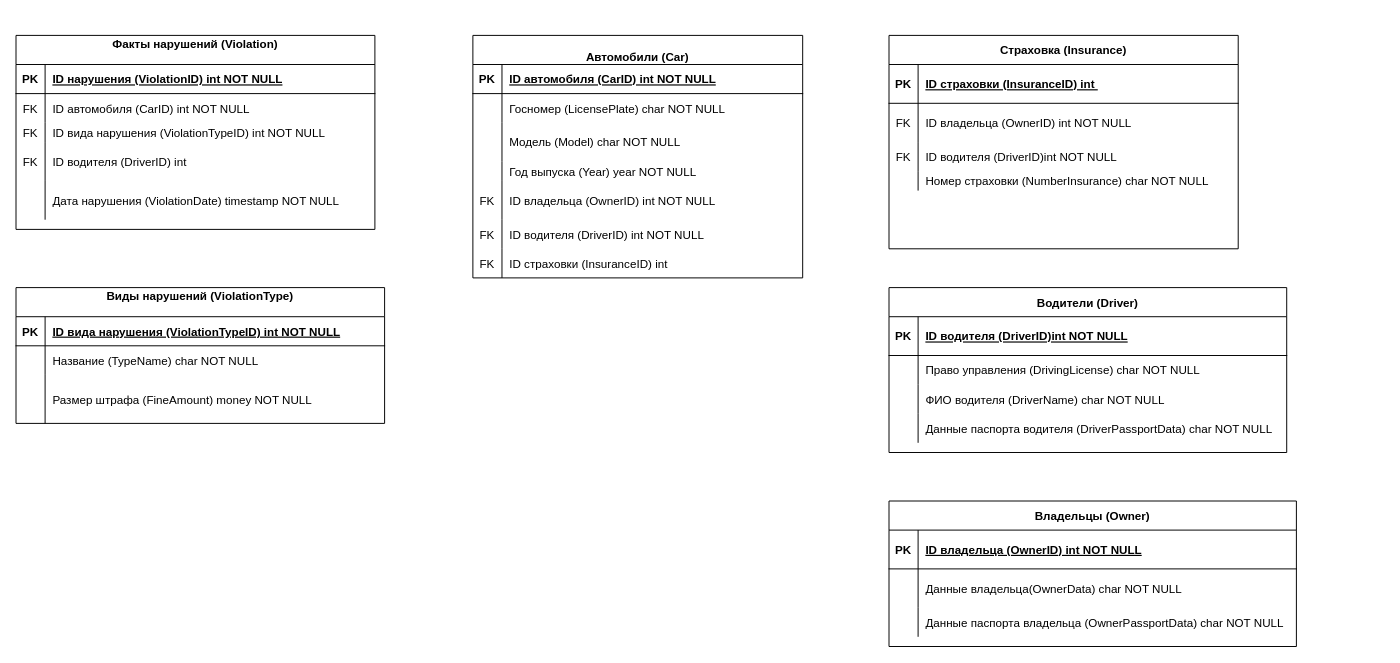
This is Диаграмма без названия.drawio from Bondareno/glass-containers, a draw.io file, before an edit. Source tidied: cells renumbered, new cells numbered last; positions are measured from the earlier drawing's top-left corner, leaving out a move shared by most shapes. Both pictures are drawn from the tidied source at 97%, with x=0, y=0 at pixel (16, 35).
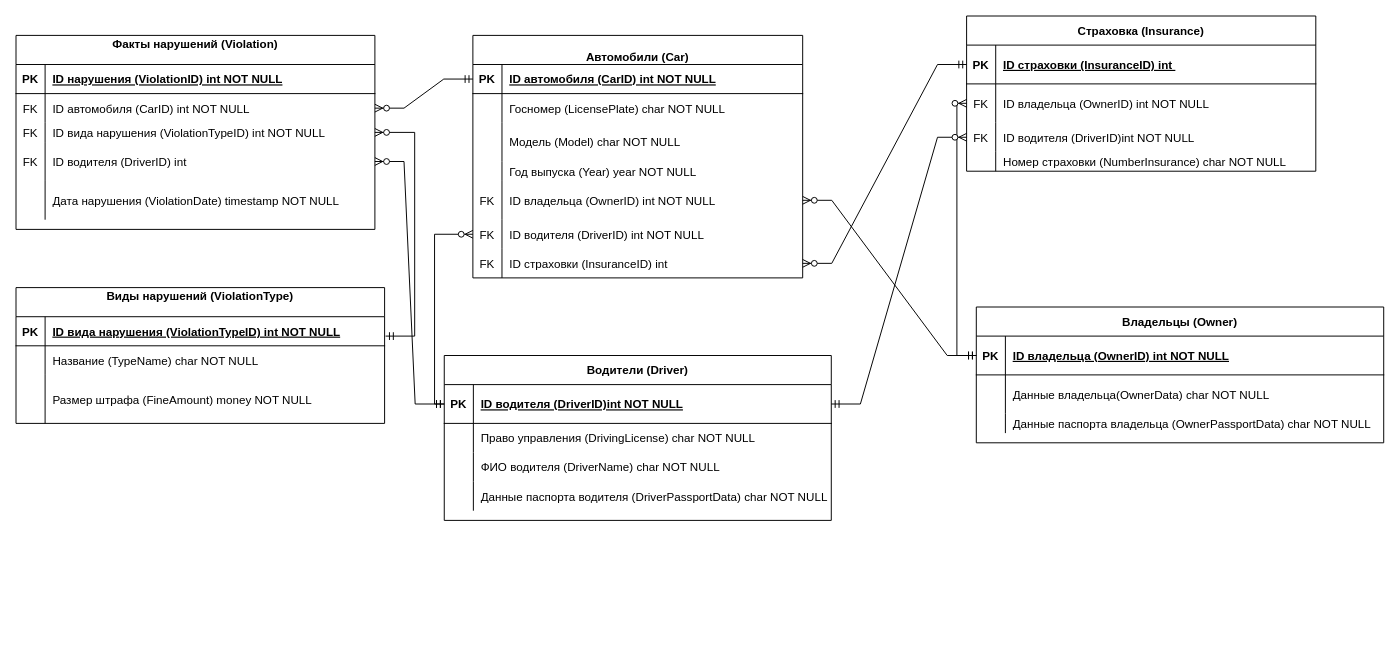
Above is the later version.

Unchanged cells that the change refers to:
```xml
<mxCell id="13" style="shape=partialRectangle;fillColor=none;points=[[0,0.5],[1,0.5]];portConstraint=eastwest;top=0;left=0;right=0;bottom=1;" parent="12" vertex="1">
  <mxGeometry y="30" width="340" height="30" as="geometry" />
</mxCell>
<mxCell id="25" style="shape=partialRectangle;fillColor=none;points=[[0,0.5],[1,0.5]];portConstraint=eastwest;top=0;left=0;right=0;bottom=0;" parent="12" vertex="1">
  <mxGeometry y="150" width="340" height="40" as="geometry" />
</mxCell>
<mxCell id="28" style="shape=partialRectangle;fillColor=none;points=[[0,0.5],[1,0.5]];portConstraint=eastwest;top=0;left=0;right=0;bottom=0;" parent="12" vertex="1">
  <mxGeometry y="190" width="340" height="30" as="geometry" />
</mxCell>
<mxCell id="31" style="shape=partialRectangle;fillColor=none;points=[[0,0.5],[1,0.5]];portConstraint=eastwest;top=0;left=0;right=0;bottom=0;" parent="12" vertex="1">
  <mxGeometry y="220" width="340" height="30" as="geometry" />
</mxCell>
<mxCell id="48" style="shape=partialRectangle;fillColor=none;points=[[0,0.5],[1,0.5]];portConstraint=eastwest;top=0;left=0;right=0;bottom=1;" parent="47" vertex="1">
  <mxGeometry y="30" width="420" height="40" as="geometry" />
</mxCell>
<mxCell id="58" style="shape=partialRectangle;fillColor=none;points=[[0,0.5],[1,0.5]];portConstraint=eastwest;top=0;left=0;right=0;bottom=1;" parent="57" vertex="1">
  <mxGeometry y="30" width="360" height="40" as="geometry" />
</mxCell>
<mxCell id="61" style="shape=partialRectangle;fillColor=none;points=[[0,0.5],[1,0.5]];portConstraint=eastwest;top=0;left=0;right=0;bottom=0;" parent="57" vertex="1">
  <mxGeometry y="70" width="360" height="40" as="geometry" />
</mxCell>
<mxCell id="64" style="shape=partialRectangle;fillColor=none;points=[[0,0.5],[1,0.5]];portConstraint=eastwest;top=0;left=0;right=0;bottom=0;" parent="57" vertex="1">
  <mxGeometry y="110" width="360" height="30" as="geometry" />
</mxCell>
<mxCell id="74" style="shape=partialRectangle;fillColor=none;points=[[0,0.5],[1,0.5]];portConstraint=eastwest;top=0;left=0;right=0;bottom=0;" parent="70" vertex="1">
  <mxGeometry y="60" width="370" height="30" as="geometry" />
</mxCell>
<mxCell id="77" style="shape=partialRectangle;fillColor=none;points=[[0,0.5],[1,0.5]];portConstraint=eastwest;top=0;left=0;right=0;bottom=0;" parent="70" vertex="1">
  <mxGeometry y="90" width="370" height="20" as="geometry" />
</mxCell>
<mxCell id="80" style="shape=partialRectangle;fillColor=none;points=[[0,0.5],[1,0.5]];portConstraint=eastwest;top=0;left=0;right=0;bottom=0;" parent="70" vertex="1">
  <mxGeometry y="110" width="370" height="40" as="geometry" />
</mxCell>
```

Diff of the diagram source:
```diff
@@
     <mxCell id="34" value="Водители (Driver)" style="shape=table;startSize=30;childLayout=tableLayout;rowLines=0;fontStyle=1;align=center;" parent="1" vertex="1">
-      <mxGeometry x="900" y="260" width="410" height="170" as="geometry" />
+      <mxGeometry x="441.5" y="330" width="399" height="170" as="geometry" />
     </mxCell>
     <mxCell id="35" style="shape=partialRectangle;fillColor=none;points=[[0,0.5],[1,0.5]];portConstraint=eastwest;top=0;left=0;right=0;bottom=1;" parent="34" vertex="1">
-      <mxGeometry y="30" width="410" height="40" as="geometry" />
+      <mxGeometry y="30" width="399" height="40" as="geometry" />
     </mxCell>
@@
     <mxCell id="37" value="ID водителя (DriverID)int NOT NULL" style="shape=partialRectangle;overflow=hidden;fillColor=none;top=0;left=0;bottom=0;right=0;align=left;spacingLeft=6;fontStyle=5;" parent="35" vertex="1">
-      <mxGeometry x="30" width="380" height="40" as="geometry" />
+      <mxGeometry x="30" width="369" height="40" as="geometry" />
     </mxCell>
     <mxCell id="38" style="shape=partialRectangle;fillColor=none;top=0;left=0;right=0;bottom=0;" parent="34" vertex="1">
-      <mxGeometry y="70" width="410" height="30" as="geometry" />
+      <mxGeometry y="70" width="399" height="30" as="geometry" />
     </mxCell>
@@
     <mxCell id="40" value="Право управления (DrivingLicense) char NOT NULL" style="shape=partialRectangle;overflow=hidden;fillColor=none;top=0;left=0;bottom=0;right=0;align=left;spacingLeft=6;" parent="38" vertex="1">
-      <mxGeometry x="30" width="380" height="30" as="geometry" />
+      <mxGeometry x="30" width="369" height="30" as="geometry" />
     </mxCell>
     <mxCell id="41" style="shape=partialRectangle;fillColor=none;top=0;left=0;right=0;bottom=0;" parent="34" vertex="1">
-      <mxGeometry y="100" width="410" height="30" as="geometry" />
+      <mxGeometry y="100" width="399" height="30" as="geometry" />
     </mxCell>
@@
     <mxCell id="43" value="ФИО водителя (DriverName) char NOT NULL" style="shape=partialRectangle;overflow=hidden;fillColor=none;top=0;left=0;bottom=0;right=0;align=left;spacingLeft=6;" parent="41" vertex="1">
-      <mxGeometry x="30" width="380" height="30" as="geometry" />
+      <mxGeometry x="30" width="369" height="30" as="geometry" />
     </mxCell>
     <mxCell id="44" style="shape=partialRectangle;fillColor=none;top=0;left=0;right=0;bottom=0;" parent="34" vertex="1">
-      <mxGeometry y="130" width="410" height="30" as="geometry" />
+      <mxGeometry y="130" width="399" height="30" as="geometry" />
     </mxCell>
@@
     <mxCell id="46" value="Данные паспорта водителя (DriverPassportData) char NOT NULL" style="shape=partialRectangle;overflow=hidden;fillColor=none;top=0;left=0;bottom=0;right=0;align=left;spacingLeft=6;" parent="44" vertex="1">
-      <mxGeometry x="30" width="380" height="30" as="geometry" />
+      <mxGeometry x="30" width="369" height="30" as="geometry" />
     </mxCell>
     <mxCell id="47" value="Владельцы (Owner)" style="shape=table;startSize=30;childLayout=tableLayout;rowLines=0;fontStyle=1;align=center;" parent="1" vertex="1">
-      <mxGeometry x="900" y="480" width="420" height="150" as="geometry" />
+      <mxGeometry x="990" y="280" width="420" height="140" as="geometry" />
     </mxCell>
@@
     <mxCell id="54" style="shape=partialRectangle;fillColor=none;top=0;left=0;right=0;bottom=0;" parent="47" vertex="1">
-      <mxGeometry y="110" width="420" height="30" as="geometry" />
+      <mxGeometry y="110" width="420" height="20" as="geometry" />
     </mxCell>
     <mxCell id="55" style="shape=partialRectangle;overflow=hidden;fillColor=none;top=0;left=0;bottom=0;right=0;" parent="54" vertex="1">
-      <mxGeometry width="30" height="30" as="geometry" />
+      <mxGeometry width="30" height="20" as="geometry" />
     </mxCell>
     <mxCell id="56" value="Данные паспорта владельца (OwnerPassportData) char NOT NULL" style="shape=partialRectangle;overflow=hidden;fillColor=none;top=0;left=0;bottom=0;right=0;align=left;spacingLeft=6;" parent="54" vertex="1">
-      <mxGeometry x="30" width="390" height="30" as="geometry" />
+      <mxGeometry x="30" width="390" height="20" as="geometry" />
     </mxCell>
     <mxCell id="57" value="Страховка (Insurance)" style="shape=table;startSize=30;childLayout=tableLayout;rowLines=0;fontStyle=1;align=center;" parent="1" vertex="1">
-      <mxGeometry x="900" width="360" height="220" as="geometry" />
+      <mxGeometry x="980" y="-20" width="360" height="160" as="geometry" />
     </mxCell>
@@
+    <mxCell id="86" style="edgeStyle=entityRelationEdgeStyle;fontSize=12;html=1;endArrow=ERzeroToMany;startArrow=ERmandOne;rounded=0;exitX=0;exitY=0.5;exitDx=0;exitDy=0;entryX=1;entryY=0.5;entryDx=0;entryDy=0;" parent="1" edge="1" source="13" target="74">
+      <mxGeometry relative="1" as="geometry" />
+    </mxCell>
+    <mxCell id="87" style="edgeStyle=entityRelationEdgeStyle;fontSize=12;html=1;endArrow=ERzeroToMany;startArrow=ERmandOne;rounded=0;exitX=0;exitY=0.5;exitDx=0;exitDy=0;entryX=1;entryY=0.5;entryDx=0;entryDy=0;" parent="1" edge="1" target="77">
+      <mxGeometry relative="1" as="geometry">
+        <mxPoint x="381" y="310" as="sourcePoint" />
+        <Array as="points">
+          <mxPoint x="380" y="100" />
+        </Array>
+      </mxGeometry>
+    </mxCell>
+    <mxCell id="88" style="edgeStyle=entityRelationEdgeStyle;fontSize=12;html=1;endArrow=ERzeroToMany;startArrow=ERmandOne;rounded=0;entryX=1;entryY=0.5;entryDx=0;entryDy=0;" parent="1" edge="1" source="35" target="80">
+      <mxGeometry relative="1" as="geometry">
+        <Array as="points">
+          <mxPoint x="550" y="350" />
+        </Array>
+      </mxGeometry>
+    </mxCell>
+    <mxCell id="89" style="edgeStyle=orthogonalEdgeStyle;fontSize=12;html=1;endArrow=ERzeroToMany;startArrow=ERmandOne;rounded=0;exitX=0;exitY=0.5;exitDx=0;exitDy=0;entryX=0;entryY=0.5;entryDx=0;entryDy=0;" parent="1" edge="1" source="48" target="61">
+      <mxGeometry relative="1" as="geometry" />
+    </mxCell>
+    <mxCell id="90" style="edgeStyle=entityRelationEdgeStyle;fontSize=12;html=1;endArrow=ERzeroToMany;startArrow=ERmandOne;rounded=0;exitX=1;exitY=0.5;exitDx=0;exitDy=0;entryX=0;entryY=0.5;entryDx=0;entryDy=0;" parent="1" edge="1" source="35" target="64">
+      <mxGeometry relative="1" as="geometry">
+        <Array as="points">
+          <mxPoint x="850" y="380" />
+          <mxPoint x="890" y="120" />
+        </Array>
+      </mxGeometry>
+    </mxCell>
+    <mxCell id="91" style="edgeStyle=entityRelationEdgeStyle;fontSize=12;html=1;endArrow=ERzeroToMany;startArrow=ERmandOne;rounded=0;" parent="1" edge="1" source="48" target="25">
+      <mxGeometry relative="1" as="geometry" />
+    </mxCell>
+    <mxCell id="92" style="edgeStyle=orthogonalEdgeStyle;fontSize=12;html=1;endArrow=ERzeroToMany;startArrow=ERmandOne;rounded=0;exitX=0;exitY=0.5;exitDx=0;exitDy=0;entryX=0;entryY=0.5;entryDx=0;entryDy=0;" parent="1" edge="1" source="35" target="28">
+      <mxGeometry relative="1" as="geometry" />
+    </mxCell>
+    <mxCell id="93" style="edgeStyle=entityRelationEdgeStyle;fontSize=12;html=1;endArrow=ERzeroToMany;startArrow=ERmandOne;rounded=0;" parent="1" edge="1" source="58" target="31">
+      <mxGeometry relative="1" as="geometry" />
+    </mxCell>
```
